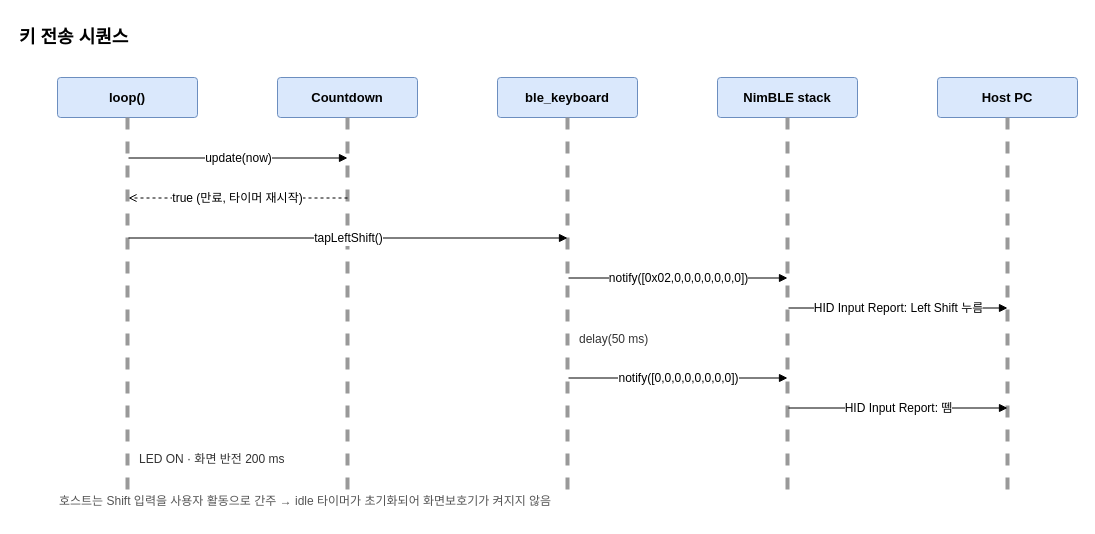
Above: docs/diagrams/fire-sequence.drawio in elllight/pccaffeine_kbd (draw.io), before the change. Source tidied: cells renumbered, new cells numbered last; positions are measured from the earlier drawing's top-left corner, leaving out a move shared by most shapes. Both pictures are drawn from the tidied source at 100%, with x=0, y=0 at pixel (17, 17).
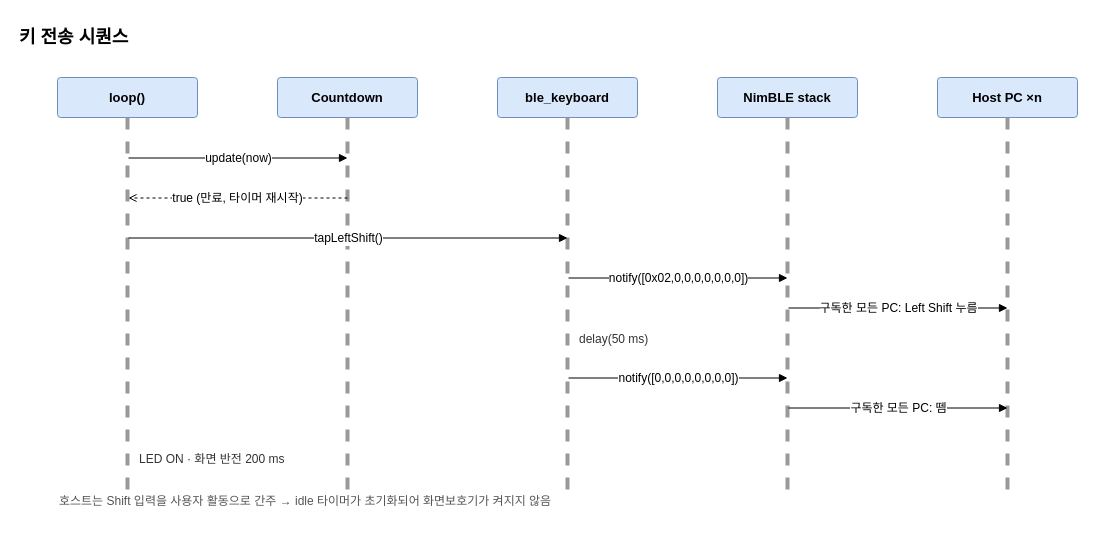
After the change.

Unchanged cells that the change refers to:
```xml
<mxCell id="25" style="point;html=1;strokeColor=none;fillColor=none;" parent="1" vertex="1">
  <mxGeometry x="770" y="290" width="1" height="1" as="geometry" />
</mxCell>
<mxCell id="26" style="point;html=1;strokeColor=none;fillColor=none;" parent="1" vertex="1">
  <mxGeometry x="990" y="290" width="1" height="1" as="geometry" />
</mxCell>
<mxCell id="32" style="point;html=1;strokeColor=none;fillColor=none;" parent="1" vertex="1">
  <mxGeometry x="770" y="390" width="1" height="1" as="geometry" />
</mxCell>
<mxCell id="33" style="point;html=1;strokeColor=none;fillColor=none;" parent="1" vertex="1">
  <mxGeometry x="990" y="390" width="1" height="1" as="geometry" />
</mxCell>
```

Change to the diagram source:
```diff
@@
-    <mxCell id="11" value="&lt;b&gt;Host PC&lt;/b&gt;" style="rounded=1;whiteSpace=wrap;html=1;arcSize=8;fontFamily=Helvetica;fontSize=13;fillColor=#dae8fc;strokeColor=#6c8ebf;" parent="1" vertex="1">
+    <mxCell id="11" value="&lt;b&gt;Host PC ×n&lt;/b&gt;" style="rounded=1;whiteSpace=wrap;html=1;arcSize=8;fontFamily=Helvetica;fontSize=13;fillColor=#dae8fc;strokeColor=#6c8ebf;" parent="1" vertex="1">
       <mxGeometry x="920" y="60" width="140" height="40" as="geometry" />
     </mxCell>
@@
-    <mxCell id="27" value="HID Input Report: Left Shift 누름" style="endArrow=block;endFill=1;html=1;fontFamily=Helvetica;fontSize=13;fontSize=12;labelBackgroundColor=#ffffff;" parent="1" edge="1" source="25" target="26">
+    <mxCell id="27" value="구독한 모든 PC: Left Shift 누름" style="endArrow=block;endFill=1;html=1;fontFamily=Helvetica;fontSize=13;fontSize=12;labelBackgroundColor=#ffffff;" parent="1" edge="1" source="25" target="26">
       <mxGeometry relative="1" as="geometry" />
     </mxCell>
@@
-    <mxCell id="34" value="HID Input Report: 뗌" style="endArrow=block;endFill=1;html=1;fontFamily=Helvetica;fontSize=13;fontSize=12;labelBackgroundColor=#ffffff;" parent="1" edge="1" source="32" target="33">
+    <mxCell id="34" value="구독한 모든 PC: 뗌" style="endArrow=block;endFill=1;html=1;fontFamily=Helvetica;fontSize=13;fontSize=12;labelBackgroundColor=#ffffff;" parent="1" edge="1" source="32" target="33">
       <mxGeometry relative="1" as="geometry" />
     </mxCell>
```
